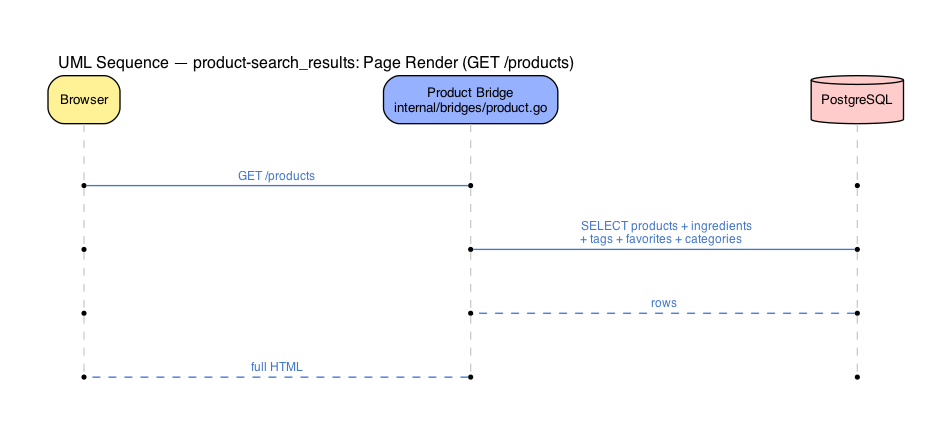
CFF4HA/Dashboard keeps this Graphviz diagram as docs/flow_product_render.png. Above is the earlier version. Its source is kept beside it as docs/flow_product_render.dot. Its diagram source:
```dot
digraph flow_product_render {
  rankdir=TB
  graph [
    label="UML Sequence — product-search_results: Page Render (GET /products)",
    labelloc=t, labeljust=l,
    fontname="Helvetica", fontsize=12,
    nodesep=2.0, ranksep=0.6,
    splines=polyline, pad=0.5
  ]
  node [fontname="Helvetica", fontsize=10, height=0.5]
  edge [fontname="Helvetica", fontsize=9, arrowsize=0.75]

  { rank=min
    Browser    [label="Browser",                                    shape=rect,     style="filled,rounded", fillcolor="#fff196"]
    ProdBridge [label="Product Bridge\ninternal/bridges/product.go", shape=rect,   style="filled,rounded", fillcolor="#96b1ff"]
    DB         [label="PostgreSQL",                                  shape=cylinder, style=filled,           fillcolor="#ffcccc"]
  }

  node [shape=point, width=0.04, height=0.04, label=""]

  edge [style=dashed, arrowhead=none, color="#cccccc", weight=20]
  Browser    -> b0 -> b1 -> b2 -> b3
  ProdBridge -> p0 -> p1 -> p2 -> p3
  DB         -> d0 -> d1 -> d2 -> d3

  { rank=same; b0; p0; d0 }
  { rank=same; b1; p1; d1 }
  { rank=same; b2; p2; d2 }
  { rank=same; b3; p3; d3 }

  edge [constraint=false, fontsize=9]
  b0 -> p0 [label="  GET /products  ",                                                          style=solid,  color="#4477CC", fontcolor="#4477CC"]
  p1 -> d1 [label="  SELECT products + ingredients\n+ tags + favorites + categories  ",        style=solid,  color="#4477CC", fontcolor="#4477CC"]
  d2 -> p2 [label="  rows  ",                                                                   style=dashed, color="#4477CC", fontcolor="#4477CC"]
  p3 -> b3 [label="  full HTML  ",                                                              style=dashed, color="#4477CC", fontcolor="#4477CC"]
}
```
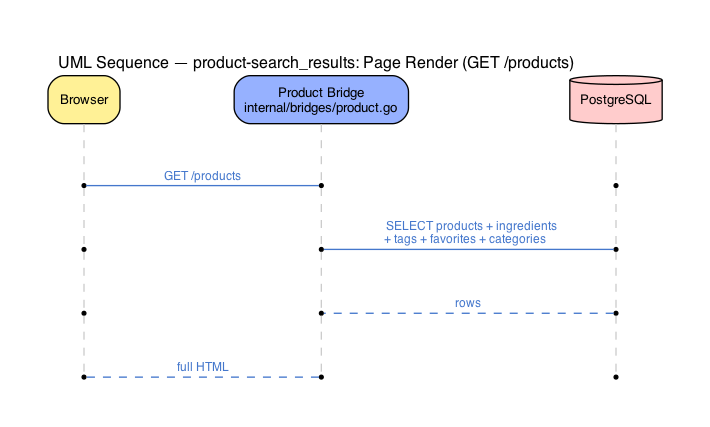
The same diagram one commit later.

Change to the diagram source:
```diff
@@ -4,8 +4,8 @@
     label="UML Sequence — product-search_results: Page Render (GET /products)",
     labelloc=t, labeljust=l,
     fontname="Helvetica", fontsize=12,
-    nodesep=2.0, ranksep=0.6,
-    splines=polyline, pad=0.5
+    nodesep=1.2, ranksep=0.6,
+    splines=line, pad=0.5
   ]
   node [fontname="Helvetica", fontsize=10, height=0.5]
   edge [fontname="Helvetica", fontsize=9, arrowsize=0.75]
@@ -29,8 +29,8 @@
   { rank=same; b3; p3; d3 }
 
   edge [constraint=false, fontsize=9]
-  b0 -> p0 [label="  GET /products  ",                                                          style=solid,  color="#4477CC", fontcolor="#4477CC"]
-  p1 -> d1 [label="  SELECT products + ingredients\n+ tags + favorites + categories  ",        style=solid,  color="#4477CC", fontcolor="#4477CC"]
-  d2 -> p2 [label="  rows  ",                                                                   style=dashed, color="#4477CC", fontcolor="#4477CC"]
-  p3 -> b3 [label="  full HTML  ",                                                              style=dashed, color="#4477CC", fontcolor="#4477CC"]
+  b0 -> p0 [label="  GET /products  \n",                                                          style=solid,  color="#4477CC", fontcolor="#4477CC"]
+  p1 -> d1 [label="  SELECT products + ingredients\n+ tags + favorites + categories  \n",        style=solid,  color="#4477CC", fontcolor="#4477CC"]
+  d2 -> p2 [label="  rows  \n",                                                                   style=dashed, color="#4477CC", fontcolor="#4477CC"]
+  p3 -> b3 [label="  full HTML  \n",                                                              style=dashed, color="#4477CC", fontcolor="#4477CC"]
 }
```
